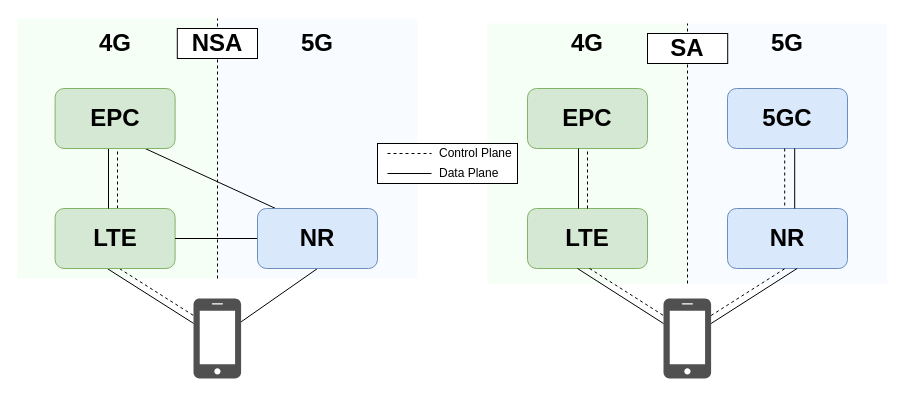
This is MSc_thesis/5-Figures/NSA-vs-SA.drawio from mvromao/thesis, a draw.io file, before an edit. Source tidied: cells renumbered, new cells numbered last; positions are measured from the earlier drawing's top-left corner, leaving out a move shared by most shapes. Both pictures are drawn from the tidied source at 100%, with x=0, y=0 at pixel (17, 18).
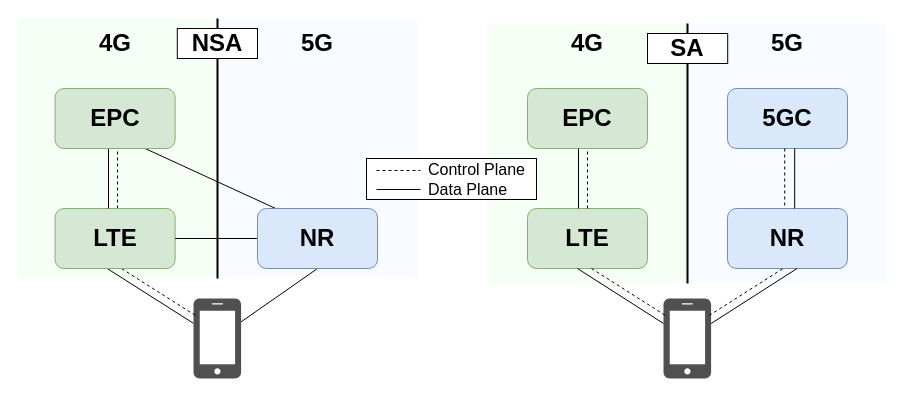
The same diagram, later.

Unchanged cells that the change refers to:
```xml
<mxCell id="10" value="&lt;b&gt;&lt;font&gt;LTE&lt;/font&gt;&lt;/b&gt;" style="rounded=1;whiteSpace=wrap;html=1;fillColor=#d5e8d4;strokeColor=#82b366;fontSize=24;" parent="1" vertex="1">
  <mxGeometry x="37.6" y="190" width="120" height="60" as="geometry" />
</mxCell>
```

Change to the diagram source:
```diff
@@
-    <mxCell id="8" style="rounded=0;jettySize=auto;html=1;exitX=0.538;exitY=1.004;exitDx=0;exitDy=0;endArrow=none;endFill=0;dashed=1;exitPerimeter=0;" parent="1" edge="1" source="10">
+    <mxCell id="8" style="rounded=0;orthogonalLoop=1;jettySize=auto;html=1;exitX=0.538;exitY=1.004;exitDx=0;exitDy=0;endArrow=none;endFill=0;dashed=1;exitPerimeter=0;" parent="1" edge="1">
       <mxGeometry relative="1" as="geometry">
-        <mxPoint x="176" y="297" as="targetPoint" />
+        <mxPoint x="104.2" y="250.2" as="sourcePoint" />
+        <mxPoint x="178" y="297" as="targetPoint" />
       </mxGeometry>
     </mxCell>
@@
-    <mxCell id="26" style="endArrow=none;dashed=1;html=1;rounded=0;" parent="1" edge="1">
+    <mxCell id="26" style="endArrow=none;html=1;rounded=0;strokeWidth=2;" parent="1" edge="1">
       <mxGeometry relative="1" as="geometry">
         <mxPoint x="200" y="260" as="sourcePoint" />
         <mxPoint x="200" as="targetPoint" />
       </mxGeometry>
     </mxCell>
-    <mxCell id="27" style="endArrow=none;dashed=1;html=1;rounded=0;" parent="1" edge="1">
+    <mxCell id="27" style="endArrow=none;html=1;rounded=0;strokeWidth=2;" parent="1" edge="1">
       <mxGeometry relative="1" as="geometry">
         <mxPoint x="670" y="265" as="sourcePoint" />
         <mxPoint x="670" y="5" as="targetPoint" />
       </mxGeometry>
     </mxCell>
@@
     <mxCell id="29" style="rounded=0;orthogonalLoop=1;jettySize=auto;html=1;exitX=0.538;exitY=1.004;exitDx=0;exitDy=0;endArrow=none;endFill=0;dashed=1;exitPerimeter=0;" parent="1" edge="1">
       <mxGeometry relative="1" as="geometry">
-        <mxPoint x="572" y="250" as="sourcePoint" />
-        <mxPoint x="646" y="297" as="targetPoint" />
+        <mxPoint x="574" y="250" as="sourcePoint" />
+        <mxPoint x="648" y="297" as="targetPoint" />
       </mxGeometry>
     </mxCell>
@@
     <mxCell id="35" style="rounded=0;orthogonalLoop=1;jettySize=auto;html=1;exitX=0.538;exitY=1.004;exitDx=0;exitDy=0;endArrow=none;endFill=0;dashed=1;exitPerimeter=0;" parent="1" edge="1">
       <mxGeometry relative="1" as="geometry">
-        <mxPoint x="693.6" y="297" as="sourcePoint" />
-        <mxPoint x="767.6" y="250" as="targetPoint" />
+        <mxPoint x="691.6" y="297" as="sourcePoint" />
+        <mxPoint x="765.6" y="250" as="targetPoint" />
       </mxGeometry>
     </mxCell>
     <mxCell id="36" style="rounded=0;whiteSpace=wrap;html=1;" parent="1" vertex="1">
-      <mxGeometry x="360" y="125" width="140" height="40" as="geometry" />
+      <mxGeometry x="349" y="140" width="170" height="41" as="geometry" />
     </mxCell>
     <mxCell id="37" style="endArrow=none;dashed=1;html=1;rounded=0;" parent="1" edge="1">
       <mxGeometry relative="1" as="geometry">
-        <mxPoint x="370" y="135" as="sourcePoint" />
-        <mxPoint x="414" y="135" as="targetPoint" />
+        <mxPoint x="359" y="152" as="sourcePoint" />
+        <mxPoint x="403" y="152" as="targetPoint" />
       </mxGeometry>
     </mxCell>
     <mxCell id="38" style="endArrow=none;html=1;rounded=0;" parent="1" edge="1">
       <mxGeometry relative="1" as="geometry">
-        <mxPoint x="370" y="155" as="sourcePoint" />
-        <mxPoint x="414" y="155" as="targetPoint" />
+        <mxPoint x="359" y="171" as="sourcePoint" />
+        <mxPoint x="403" y="171" as="targetPoint" />
       </mxGeometry>
     </mxCell>
-    <mxCell id="39" value="Control Plane" style="text;html=1;whiteSpace=wrap;strokeColor=none;fillColor=none;align=left;verticalAlign=middle;rounded=0;" parent="1" vertex="1">
-      <mxGeometry x="420" y="120" width="100" height="30" as="geometry" />
+    <mxCell id="39" value="Control Plane" style="text;html=1;whiteSpace=wrap;strokeColor=none;fillColor=none;align=left;verticalAlign=middle;rounded=0;fontSize=16;" parent="1" vertex="1">
+      <mxGeometry x="409" y="136" width="120" height="30" as="geometry" />
     </mxCell>
-    <mxCell id="40" value="Data Plane" style="text;html=1;whiteSpace=wrap;strokeColor=none;fillColor=none;align=left;verticalAlign=middle;rounded=0;" parent="1" vertex="1">
-      <mxGeometry x="420" y="140" width="80" height="30" as="geometry" />
+    <mxCell id="40" value="Data Plane" style="text;html=1;whiteSpace=wrap;strokeColor=none;fillColor=none;align=left;verticalAlign=middle;rounded=0;fontSize=16;" parent="1" vertex="1">
+      <mxGeometry x="409" y="156" width="100" height="30" as="geometry" />
     </mxCell>
```
